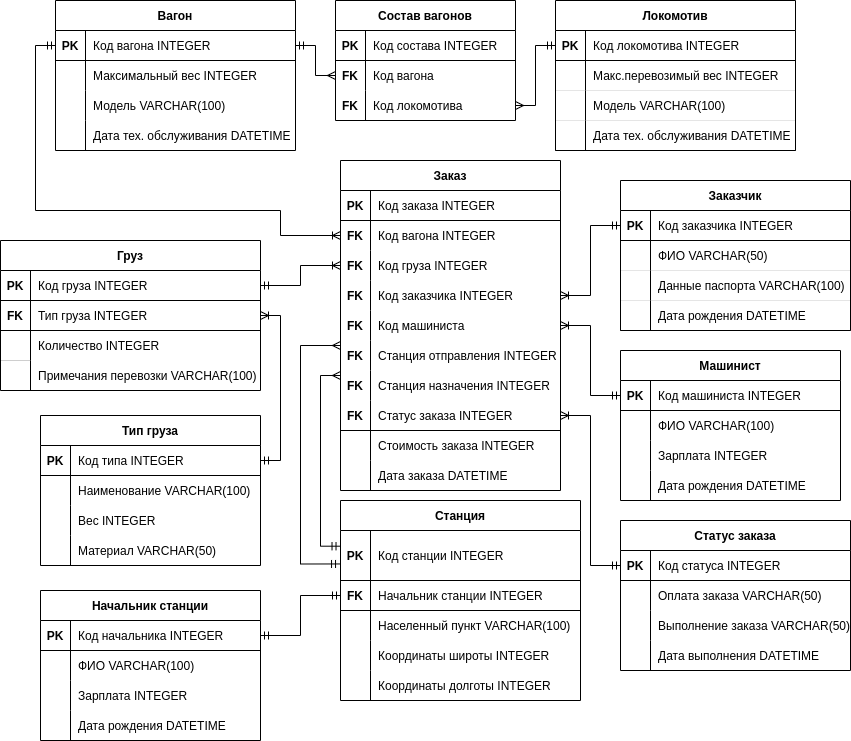
Above: pictures/ER.png in Edeotena/bd_4rd_sem_course_work (draw.io), before the change. Source tidied: cells renumbered, new cells last; positions are measured from the earlier drawing's top-left corner, leaving out a move shared by most shapes.
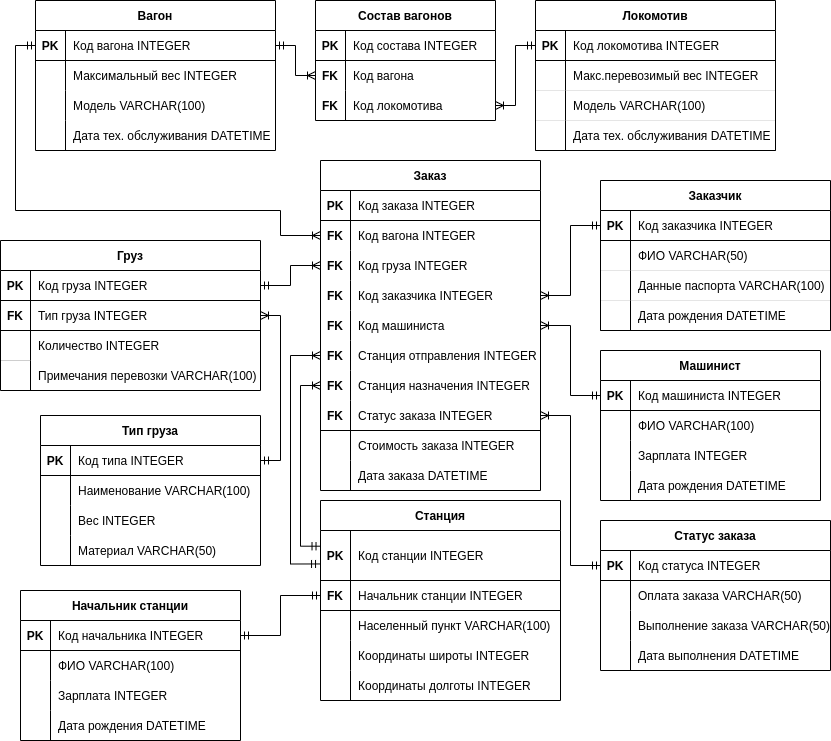
Above is the later version.

Commit message:
better ER view

Change to the diagram source:
```diff
@@ -96,7 +96,7 @@
       <mxGeometry x="30" width="190" height="30" as="geometry" />
     </mxCell>
     <mxCell id="33" value="Груз" style="shape=table;startSize=30;rowLines=0;fontStyle=1;align=center;" parent="1" vertex="1">
-      <mxGeometry y="240" width="260" height="150" as="geometry" />
+      <mxGeometry x="20" y="240" width="260" height="150" as="geometry" />
     </mxCell>
     <mxCell id="34" style="shape=tableRow;horizontal=0;startSize=0;swimlaneHead=0;swimlaneBody=0;fillColor=none;points=[[0,0.5],[1,0.5]];portConstraint=eastwest;top=0;left=0;right=0;bottom=1;" parent="33" vertex="1">
       <mxGeometry y="30" width="260" height="30" as="geometry" />
@@ -180,7 +180,7 @@
       <mxGeometry relative="1" as="geometry" />
     </mxCell>
     <mxCell id="61" value="Тип груза" style="shape=table;startSize=30;rowLines=0;fontStyle=1;align=center;strokeColor=#000000;strokeWidth=1;fillColor=none;" parent="1" vertex="1">
-      <mxGeometry x="40" y="415" width="220" height="150" as="geometry" />
+      <mxGeometry x="60" y="415" width="220" height="150" as="geometry" />
     </mxCell>
     <mxCell id="62" style="shape=tableRow;horizontal=0;startSize=0;swimlaneHead=0;swimlaneBody=0;fillColor=none;points=[[0,0.5],[1,0.5]];portConstraint=eastwest;top=0;left=0;right=0;bottom=1;strokeColor=#000000;strokeWidth=1;" parent="61" vertex="1">
       <mxGeometry y="30" width="220" height="30" as="geometry" />
@@ -221,8 +221,8 @@
     <mxCell id="74" style="edgeStyle=orthogonalEdgeStyle;rounded=0;jettySize=auto;html=1;entryX=1;entryY=0.5;entryDx=0;entryDy=0;startArrow=ERoneToMany;startFill=0;endArrow=ERmandOne;endFill=0;" parent="1" edge="1" source="37" target="62">
       <mxGeometry relative="1" as="geometry">
         <Array as="points">
-          <mxPoint x="280" y="315" />
-          <mxPoint x="280" y="460" />
+          <mxPoint x="300" y="315" />
+          <mxPoint x="300" y="460" />
         </Array>
       </mxGeometry>
     </mxCell>
@@ -295,7 +295,7 @@
     <mxCell id="97" value="Код локомотива" style="shape=partialRectangle;fillColor=none;top=0;left=0;bottom=0;right=0;align=left;spacingLeft=6;overflow=hidden;strokeColor=#000000;strokeWidth=1;" parent="95" vertex="1">
       <mxGeometry x="30" width="150" height="30" as="geometry" />
     </mxCell>
-    <mxCell id="98" style="edgeStyle=orthogonalEdgeStyle;rounded=0;jettySize=auto;html=1;entryX=1;entryY=0.5;entryDx=0;entryDy=0;startArrow=ERmany;startFill=0;endArrow=ERmandOne;endFill=0;" parent="1" edge="1" source="92" target="76">
+    <mxCell id="98" style="edgeStyle=orthogonalEdgeStyle;rounded=0;jettySize=auto;html=1;entryX=1;entryY=0.5;entryDx=0;entryDy=0;startArrow=ERoneToMany;startFill=0;endArrow=ERmandOne;endFill=0;" parent="1" edge="1" source="92" target="76">
       <mxGeometry relative="1" as="geometry" />
     </mxCell>
     <mxCell id="99" value="Локомотив" style="shape=table;startSize=30;rowLines=0;fontStyle=1;align=center;" parent="1" vertex="1">
@@ -337,7 +337,7 @@
     <mxCell id="111" value="Дата тех. обслуживания DATETIME" style="shape=partialRectangle;fillColor=none;top=0;left=0;bottom=1;right=0;align=left;spacingLeft=6;overflow=hidden;" parent="109" vertex="1">
       <mxGeometry x="30" width="210" height="30" as="geometry" />
     </mxCell>
-    <mxCell id="112" style="edgeStyle=orthogonalEdgeStyle;rounded=0;jettySize=auto;html=1;entryX=0;entryY=0.5;entryDx=0;entryDy=0;startArrow=ERmany;startFill=0;endArrow=ERmandOne;endFill=0;" parent="1" edge="1" source="95" target="100">
+    <mxCell id="112" style="edgeStyle=orthogonalEdgeStyle;rounded=0;jettySize=auto;html=1;entryX=0;entryY=0.5;entryDx=0;entryDy=0;startArrow=ERoneToMany;startFill=0;endArrow=ERmandOne;endFill=0;" parent="1" edge="1" source="95" target="100">
       <mxGeometry relative="1" as="geometry" />
     </mxCell>
     <mxCell id="113" value="Станция" style="shape=table;startSize=30;rowLines=0;fontStyle=1;align=center;strokeColor=#000000;strokeWidth=1;fillColor=none;" parent="1" vertex="1">
@@ -388,18 +388,18 @@
     <mxCell id="128" value="Координаты долготы INTEGER" style="shape=partialRectangle;fillColor=none;top=0;left=0;bottom=0;right=0;align=left;spacingLeft=6;overflow=hidden;strokeColor=#000000;strokeWidth=1;" parent="126" vertex="1">
       <mxGeometry x="30" width="210" height="30" as="geometry" />
     </mxCell>
-    <mxCell id="129" style="edgeStyle=orthogonalEdgeStyle;rounded=0;jettySize=auto;html=1;entryX=-0.004;entryY=0.669;entryDx=0;entryDy=0;entryPerimeter=0;startArrow=ERmany;startFill=0;endArrow=ERmandOne;endFill=0;" parent="1" edge="1" source="18" target="114">
+    <mxCell id="129" style="edgeStyle=orthogonalEdgeStyle;rounded=0;jettySize=auto;html=1;entryX=-0.004;entryY=0.669;entryDx=0;entryDy=0;entryPerimeter=0;startArrow=ERoneToMany;startFill=0;endArrow=ERmandOne;endFill=0;" parent="1" edge="1" source="18" target="114">
       <mxGeometry relative="1" as="geometry">
         <Array as="points">
-          <mxPoint x="300" y="345" />
-          <mxPoint x="300" y="563" />
+          <mxPoint x="310" y="355" />
+          <mxPoint x="310" y="564" />
         </Array>
       </mxGeometry>
     </mxCell>
-    <mxCell id="130" style="edgeStyle=orthogonalEdgeStyle;rounded=0;jettySize=auto;html=1;entryX=-0.002;entryY=0.314;entryDx=0;entryDy=0;entryPerimeter=0;startArrow=ERmany;startFill=0;endArrow=ERmandOne;endFill=0;" parent="1" edge="1" source="21" target="114">
+    <mxCell id="130" style="edgeStyle=orthogonalEdgeStyle;rounded=0;jettySize=auto;html=1;entryX=-0.002;entryY=0.314;entryDx=0;entryDy=0;entryPerimeter=0;startArrow=ERoneToMany;startFill=0;endArrow=ERmandOne;endFill=0;" parent="1" edge="1" source="21" target="114">
       <mxGeometry relative="1" as="geometry">
         <Array as="points">
-          <mxPoint x="320" y="375" />
+          <mxPoint x="320" y="385" />
           <mxPoint x="320" y="546" />
         </Array>
       </mxGeometry>
@@ -533,8 +533,8 @@
     <mxCell id="173" style="edgeStyle=orthogonalEdgeStyle;rounded=0;jettySize=auto;html=1;entryX=0;entryY=0.5;entryDx=0;entryDy=0;startArrow=ERoneToMany;startFill=0;endArrow=ERmandOne;endFill=0;exitX=0;exitY=0.5;exitDx=0;exitDy=0;" parent="1" edge="1" source="6" target="76">
       <mxGeometry relative="1" as="geometry">
         <Array as="points">
-          <mxPoint x="280" y="235" />
-          <mxPoint x="280" y="210" />
+          <mxPoint x="300" y="235" />
+          <mxPoint x="300" y="210" />
           <mxPoint x="35" y="210" />
           <mxPoint x="35" y="45" />
         </Array>
```
